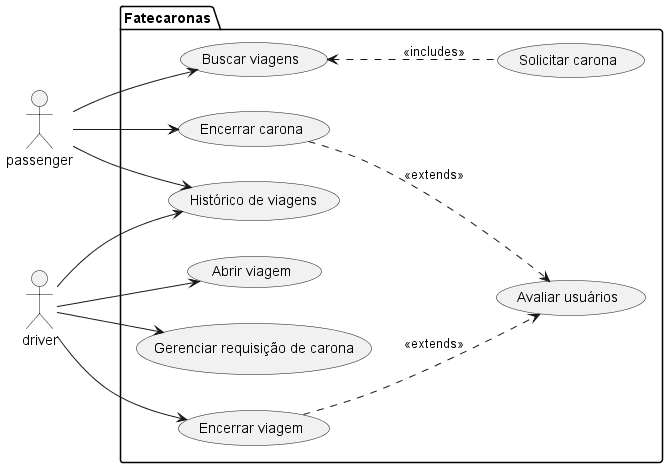
This is out/uses_cases_fatecaronas/Fatecaronas.png from Vinicius0607/ProjetoES2, a PlantUML export, as it was before one commit.
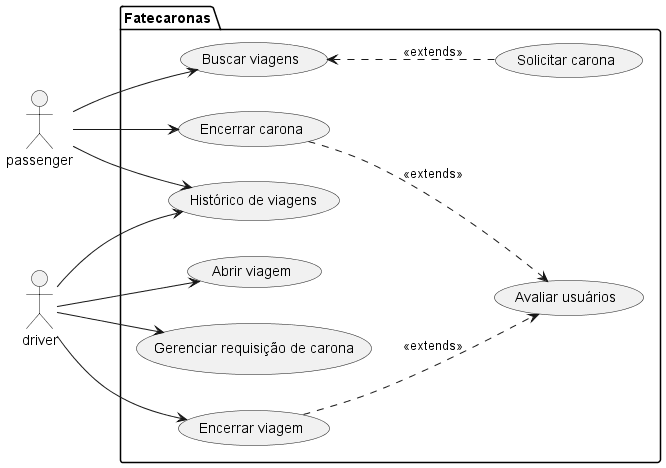
After the change.

Commit message:
fix: exported image use case

Diff of the diagram source:
```diff
@@ -18,7 +18,7 @@
 p --> UC1
 p --> UC3
 p --> UC5
-UC1 <.. UC2: <<includes>>
+UC1 <.. UC2: <<extends>>
 UC3 ..> UC6: <<extends>>
 UC9 ..> UC6: <<extends>>
 d --> UC7
```
